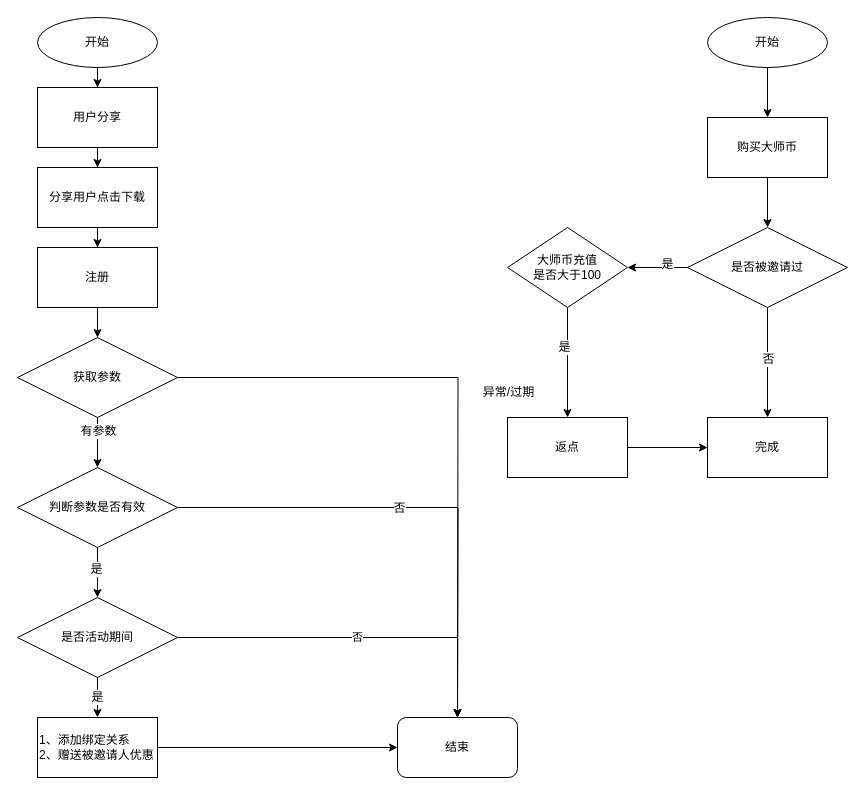
Before: invite.drawio in 5thgfka/count, a draw.io diagram. Source tidied: cells renumbered, new cells numbered last; positions are measured from the earlier drawing's top-left corner, leaving out a move shared by most shapes. Both pictures are drawn from the tidied source at 100%, with x=0, y=0 at pixel (17, 17).
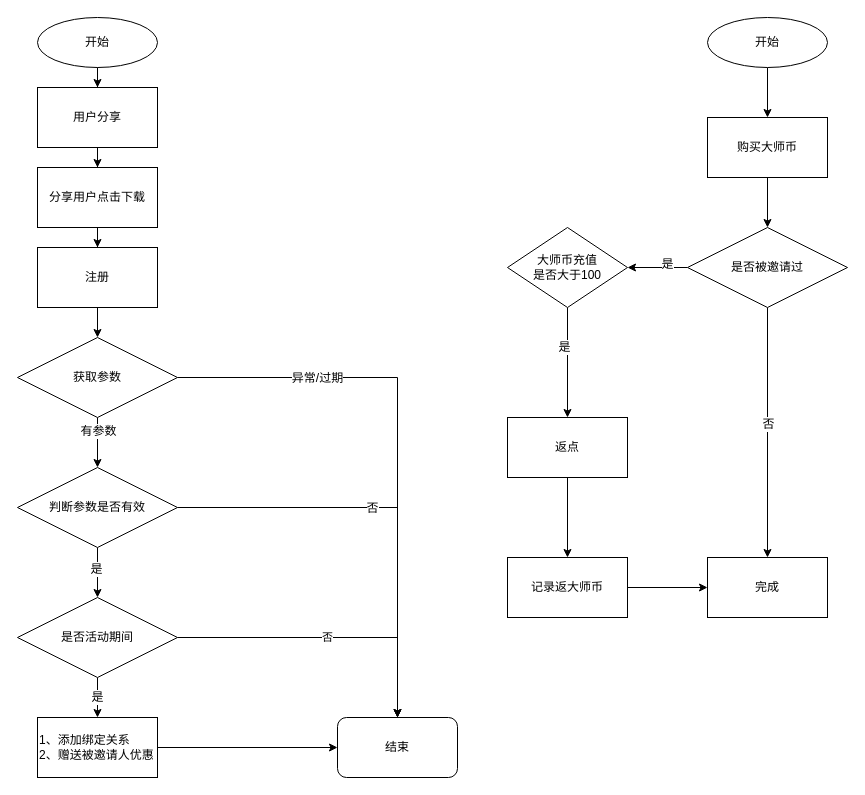
The same page after the edit.

The change refers to these unchanged cells:
```xml
<mxCell id="12" value="获取参数" style="rhombus;whiteSpace=wrap;html=1;" parent="1" vertex="1">
  <mxGeometry y="320" width="160" height="80" as="geometry" />
</mxCell>
<mxCell id="17" value="判断参数是否有效" style="rhombus;whiteSpace=wrap;html=1;" parent="1" vertex="1">
  <mxGeometry y="450" width="160" height="80" as="geometry" />
</mxCell>
<mxCell id="41" value="返点" style="rounded=0;whiteSpace=wrap;html=1;align=center;" parent="1" vertex="1">
  <mxGeometry x="490" y="400" width="120" height="60" as="geometry" />
</mxCell>
```

Diff of the diagram source:
```diff
@@
-    <mxCell id="8" style="edgeStyle=orthogonalEdgeStyle;rounded=0;jettySize=auto;html=1;" parent="1" edge="1" source="12">
-      <mxGeometry relative="1" as="geometry">
-        <mxPoint x="440" y="700" as="targetPoint" />
-      </mxGeometry>
+    <mxCell id="8" style="edgeStyle=orthogonalEdgeStyle;rounded=0;jettySize=auto;html=1;" parent="1" edge="1" source="12" target="26">
+      <mxGeometry relative="1" as="geometry" />
     </mxCell>
     <mxCell id="9" value="异常/过期" style="text;html=1;align=center;verticalAlign=middle;labelBackgroundColor=#ffffff;" parent="8" vertex="1">
       <mxGeometry x="-0.05" relative="1" as="geometry">
-        <mxPoint x="50" as="offset" />
+        <mxPoint x="-80.4" y="-45.3" as="offset" />
       </mxGeometry>
     </mxCell>
@@
-    <mxCell id="13" style="edgeStyle=orthogonalEdgeStyle;rounded=0;jettySize=auto;html=1;" parent="1" edge="1" source="17">
-      <mxGeometry relative="1" as="geometry">
-        <mxPoint x="440" y="700" as="targetPoint" />
-      </mxGeometry>
+    <mxCell id="13" style="edgeStyle=orthogonalEdgeStyle;rounded=0;jettySize=auto;html=1;" parent="1" edge="1" source="17" target="26">
+      <mxGeometry relative="1" as="geometry" />
     </mxCell>
@@
     <mxCell id="26" value="结束" style="rounded=1;whiteSpace=wrap;html=1;align=center;" parent="1" vertex="1">
-      <mxGeometry x="380" y="700" width="120" height="60" as="geometry" />
+      <mxGeometry x="320" y="700" width="120" height="60" as="geometry" />
     </mxCell>
@@
     <mxCell id="36" value="完成" style="rounded=0;whiteSpace=wrap;html=1;align=center;" parent="1" vertex="1">
-      <mxGeometry x="690" y="400" width="120" height="60" as="geometry" />
+      <mxGeometry x="690" y="540" width="120" height="60" as="geometry" />
     </mxCell>
@@
-    <mxCell id="40" style="edgeStyle=orthogonalEdgeStyle;rounded=0;jettySize=auto;html=1;" parent="1" edge="1" source="41" target="36">
-      <mxGeometry relative="1" as="geometry" />
-    </mxCell>
+    <mxCell id="42" style="edgeStyle=orthogonalEdgeStyle;rounded=0;jettySize=auto;html=1;" parent="1" edge="1" source="41" target="44">
+      <mxGeometry relative="1" as="geometry" />
+    </mxCell>
@@
+    <mxCell id="43" style="edgeStyle=orthogonalEdgeStyle;rounded=0;jettySize=auto;html=1;" parent="1" edge="1" source="44" target="36">
+      <mxGeometry relative="1" as="geometry" />
+    </mxCell>
+    <mxCell id="44" value="记录返大师币" style="rounded=0;whiteSpace=wrap;html=1;align=center;" parent="1" vertex="1">
+      <mxGeometry x="490" y="540" width="120" height="60" as="geometry" />
+    </mxCell>
```
